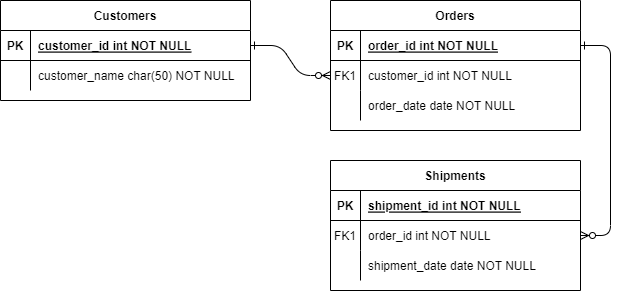
Before: Skema Relasi.drawio.png, a diagram exported from draw.io (Raygama/tes). Source tidied: cells renumbered, new cells last; positions are measured from the earlier drawing's top-left corner, leaving out a move shared by most shapes.
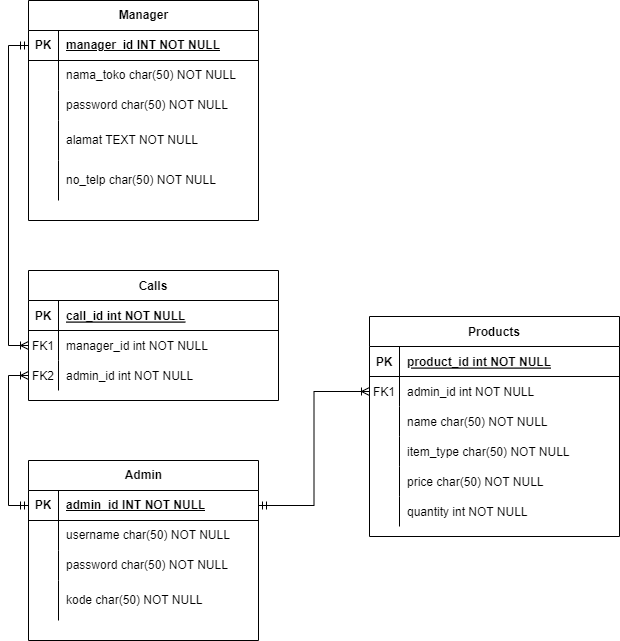
The same diagram one commit later.

Change to the diagram source:
```diff
@@ -2,14 +2,8 @@
   <root>
     <mxCell id="0" />
     <mxCell id="1" parent="0" />
-    <mxCell id="2" style="edgeStyle=entityRelationEdgeStyle;endArrow=ERzeroToMany;startArrow=ERone;endFill=1;startFill=0;" parent="1" edge="1" source="25" target="8">
-      <mxGeometry relative="1" as="geometry" />
-    </mxCell>
-    <mxCell id="3" style="edgeStyle=entityRelationEdgeStyle;endArrow=ERzeroToMany;startArrow=ERone;endFill=1;startFill=0;" parent="1" edge="1" source="5" target="18">
-      <mxGeometry relative="1" as="geometry" />
-    </mxCell>
-    <mxCell id="4" value="Orders" style="shape=table;startSize=30;rowLines=0;fontStyle=1;align=center;" parent="1" vertex="1">
-      <mxGeometry x="330" width="250" height="130" as="geometry" />
+    <mxCell id="4" value="Products" style="shape=table;startSize=30;rowLines=0;fontStyle=1;align=center;" parent="1" vertex="1">
+      <mxGeometry x="330" width="250" height="220" as="geometry" />
     </mxCell>
     <mxCell id="5" style="shape=partialRectangle;fillColor=none;points=[[0,0.5],[1,0.5]];portConstraint=eastwest;top=0;left=0;right=0;bottom=1;" parent="4" vertex="1">
       <mxGeometry y="30" width="250" height="30" as="geometry" />
@@ -17,7 +11,7 @@
     <mxCell id="6" value="PK" style="shape=partialRectangle;overflow=hidden;fillColor=none;top=0;left=0;bottom=0;right=0;fontStyle=1;" parent="5" vertex="1">
       <mxGeometry width="30" height="30" as="geometry" />
     </mxCell>
-    <mxCell id="7" value="order_id int NOT NULL " style="shape=partialRectangle;overflow=hidden;fillColor=none;top=0;left=0;bottom=0;right=0;align=left;spacingLeft=6;fontStyle=5;" parent="5" vertex="1">
+    <mxCell id="7" value="product_id int NOT NULL " style="shape=partialRectangle;overflow=hidden;fillColor=none;top=0;left=0;bottom=0;right=0;align=left;spacingLeft=6;fontStyle=5;" parent="5" vertex="1">
       <mxGeometry x="30" width="220" height="30" as="geometry" />
     </mxCell>
     <mxCell id="8" style="shape=partialRectangle;fillColor=none;points=[[0,0.5],[1,0.5]];portConstraint=eastwest;top=0;left=0;right=0;bottom=0;" parent="4" vertex="1">
@@ -26,7 +20,7 @@
     <mxCell id="9" value="FK1" style="shape=partialRectangle;overflow=hidden;fillColor=none;top=0;left=0;bottom=0;right=0;" parent="8" vertex="1">
       <mxGeometry width="30" height="30" as="geometry" />
     </mxCell>
-    <mxCell id="10" value="customer_id int NOT NULL" style="shape=partialRectangle;overflow=hidden;fillColor=none;top=0;left=0;bottom=0;right=0;align=left;spacingLeft=6;" parent="8" vertex="1">
+    <mxCell id="10" value="admin_id int NOT NULL" style="shape=partialRectangle;overflow=hidden;fillColor=none;top=0;left=0;bottom=0;right=0;align=left;spacingLeft=6;" parent="8" vertex="1">
       <mxGeometry x="30" width="220" height="30" as="geometry" />
     </mxCell>
     <mxCell id="11" style="shape=partialRectangle;fillColor=none;top=0;left=0;right=0;bottom=0;" parent="4" vertex="1">
@@ -35,59 +29,161 @@
     <mxCell id="12" style="shape=partialRectangle;overflow=hidden;fillColor=none;top=0;left=0;bottom=0;right=0;" parent="11" vertex="1">
       <mxGeometry width="30" height="30" as="geometry" />
     </mxCell>
-    <mxCell id="13" value="order_date date NOT NULL" style="shape=partialRectangle;overflow=hidden;fillColor=none;top=0;left=0;bottom=0;right=0;align=left;spacingLeft=6;" parent="11" vertex="1">
+    <mxCell id="13" value="name char(50) NOT NULL" style="shape=partialRectangle;overflow=hidden;fillColor=none;top=0;left=0;bottom=0;right=0;align=left;spacingLeft=6;" parent="11" vertex="1">
       <mxGeometry x="30" width="220" height="30" as="geometry" />
     </mxCell>
-    <mxCell id="14" value="Shipments" style="shape=table;startSize=30;rowLines=0;fontStyle=1;align=center;" parent="1" vertex="1">
-      <mxGeometry x="330" y="160" width="250" height="130" as="geometry" />
-    </mxCell>
-    <mxCell id="15" style="shape=partialRectangle;fillColor=none;top=0;left=0;right=0;bottom=1;" parent="14" vertex="1">
-      <mxGeometry y="30" width="250" height="30" as="geometry" />
-    </mxCell>
-    <mxCell id="16" value="PK" style="shape=partialRectangle;overflow=hidden;fillColor=none;top=0;left=0;bottom=0;right=0;fontStyle=1;" parent="15" vertex="1">
-      <mxGeometry width="30" height="30" as="geometry" />
-    </mxCell>
-    <mxCell id="17" value="shipment_id int NOT NULL " style="shape=partialRectangle;overflow=hidden;fillColor=none;top=0;left=0;bottom=0;right=0;align=left;spacingLeft=6;fontStyle=5;" parent="15" vertex="1">
-      <mxGeometry x="30" width="220" height="30" as="geometry" />
-    </mxCell>
-    <mxCell id="18" style="shape=partialRectangle;fillColor=none;points=[[0,0.5],[1,0.5]];portConstraint=eastwest;top=0;left=0;right=0;bottom=0;" parent="14" vertex="1">
-      <mxGeometry y="60" width="250" height="30" as="geometry" />
-    </mxCell>
+    <mxCell id="31" style="shape=partialRectangle;fillColor=none;top=0;left=0;right=0;bottom=0;" parent="4" vertex="1">
+      <mxGeometry y="120" width="250" height="30" as="geometry" />
+    </mxCell>
+    <mxCell id="32" style="shape=partialRectangle;overflow=hidden;fillColor=none;top=0;left=0;bottom=0;right=0;" parent="31" vertex="1">
+      <mxGeometry width="30" height="30" as="geometry" />
+    </mxCell>
+    <mxCell id="33" value="item_type char(50) NOT NULL" style="shape=partialRectangle;overflow=hidden;fillColor=none;top=0;left=0;bottom=0;right=0;align=left;spacingLeft=6;" parent="31" vertex="1">
+      <mxGeometry x="30" width="220" height="30" as="geometry" />
+    </mxCell>
+    <mxCell id="34" style="shape=partialRectangle;fillColor=none;top=0;left=0;right=0;bottom=0;" parent="4" vertex="1">
+      <mxGeometry y="150" width="250" height="30" as="geometry" />
+    </mxCell>
+    <mxCell id="35" style="shape=partialRectangle;overflow=hidden;fillColor=none;top=0;left=0;bottom=0;right=0;" parent="34" vertex="1">
+      <mxGeometry width="30" height="30" as="geometry" />
+    </mxCell>
+    <mxCell id="36" value="price char(50) NOT NULL" style="shape=partialRectangle;overflow=hidden;fillColor=none;top=0;left=0;bottom=0;right=0;align=left;spacingLeft=6;" parent="34" vertex="1">
+      <mxGeometry x="30" width="220" height="30" as="geometry" />
+    </mxCell>
+    <mxCell id="37" style="shape=partialRectangle;fillColor=none;top=0;left=0;right=0;bottom=0;" parent="4" vertex="1">
+      <mxGeometry y="180" width="250" height="30" as="geometry" />
+    </mxCell>
+    <mxCell id="38" style="shape=partialRectangle;overflow=hidden;fillColor=none;top=0;left=0;bottom=0;right=0;" parent="37" vertex="1">
+      <mxGeometry width="30" height="30" as="geometry" />
+    </mxCell>
+    <mxCell id="39" value="quantity int NOT NULL" style="shape=partialRectangle;overflow=hidden;fillColor=none;top=0;left=0;bottom=0;right=0;align=left;spacingLeft=6;" parent="37" vertex="1">
+      <mxGeometry x="30" width="220" height="30" as="geometry" />
+    </mxCell>
+    <mxCell id="40" value="Manager" style="shape=table;startSize=30;rowLines=0;fontStyle=1;align=center;html=1;" parent="1" vertex="1">
+      <mxGeometry x="-11" y="-316" width="230" height="220" as="geometry" />
+    </mxCell>
+    <mxCell id="41" style="shape=tableRow;horizontal=0;startSize=0;swimlaneHead=0;swimlaneBody=0;fillColor=none;points=[[0,0.5],[1,0.5]];portConstraint=eastwest;top=0;left=0;right=0;bottom=1;" parent="40" vertex="1">
+      <mxGeometry y="30" width="230" height="30" as="geometry" />
+    </mxCell>
+    <mxCell id="42" value="PK" style="shape=partialRectangle;fillColor=none;top=0;left=0;bottom=0;right=0;fontStyle=1;overflow=hidden;whiteSpace=wrap;html=1;" parent="41" vertex="1">
+      <mxGeometry width="30" height="30" as="geometry" />
+    </mxCell>
+    <mxCell id="43" value="manager_id INT NOT NULL" style="shape=partialRectangle;fillColor=none;top=0;left=0;bottom=0;right=0;align=left;spacingLeft=6;fontStyle=5;overflow=hidden;whiteSpace=wrap;html=1;" parent="41" vertex="1">
+      <mxGeometry x="30" width="200" height="30" as="geometry" />
+    </mxCell>
+    <mxCell id="44" style="shape=tableRow;horizontal=0;startSize=0;swimlaneHead=0;swimlaneBody=0;fillColor=none;top=0;left=0;right=0;bottom=0;" parent="40" vertex="1">
+      <mxGeometry y="60" width="230" height="30" as="geometry" />
+    </mxCell>
+    <mxCell id="45" style="shape=partialRectangle;fillColor=none;top=0;left=0;bottom=0;right=0;overflow=hidden;whiteSpace=wrap;html=1;" parent="44" vertex="1">
+      <mxGeometry width="30" height="30" as="geometry" />
+    </mxCell>
+    <mxCell id="46" value="nama_toko char(50) NOT NULL" style="shape=partialRectangle;fillColor=none;top=0;left=0;bottom=0;right=0;align=left;spacingLeft=6;overflow=hidden;whiteSpace=wrap;html=1;" parent="44" vertex="1">
+      <mxGeometry x="30" width="200" height="30" as="geometry" />
+    </mxCell>
+    <mxCell id="47" style="shape=tableRow;horizontal=0;startSize=0;swimlaneHead=0;swimlaneBody=0;fillColor=none;top=0;left=0;right=0;bottom=0;" parent="40" vertex="1">
+      <mxGeometry y="90" width="230" height="30" as="geometry" />
+    </mxCell>
+    <mxCell id="48" style="shape=partialRectangle;fillColor=none;top=0;left=0;bottom=0;right=0;overflow=hidden;whiteSpace=wrap;html=1;" parent="47" vertex="1">
+      <mxGeometry width="30" height="30" as="geometry" />
+    </mxCell>
+    <mxCell id="49" value="password char(50) NOT NULL" style="shape=partialRectangle;fillColor=none;top=0;left=0;bottom=0;right=0;align=left;spacingLeft=6;overflow=hidden;whiteSpace=wrap;html=1;" parent="47" vertex="1">
+      <mxGeometry x="30" width="200" height="30" as="geometry" />
+    </mxCell>
+    <mxCell id="50" style="shape=tableRow;horizontal=0;startSize=0;swimlaneHead=0;swimlaneBody=0;fillColor=none;top=0;left=0;right=0;bottom=0;" parent="40" vertex="1">
+      <mxGeometry y="120" width="230" height="40" as="geometry" />
+    </mxCell>
+    <mxCell id="51" style="shape=partialRectangle;fillColor=none;top=0;left=0;bottom=0;right=0;overflow=hidden;whiteSpace=wrap;html=1;" parent="50" vertex="1">
+      <mxGeometry width="30" height="40" as="geometry" />
+    </mxCell>
+    <mxCell id="52" value="alamat TEXT NOT NULL" style="shape=partialRectangle;fillColor=none;top=0;left=0;bottom=0;right=0;align=left;spacingLeft=6;overflow=hidden;whiteSpace=wrap;html=1;" parent="50" vertex="1">
+      <mxGeometry x="30" width="200" height="40" as="geometry" />
+    </mxCell>
+    <mxCell id="53" style="shape=tableRow;horizontal=0;startSize=0;swimlaneHead=0;swimlaneBody=0;fillColor=none;top=0;left=0;right=0;bottom=0;" parent="40" vertex="1">
+      <mxGeometry y="160" width="230" height="40" as="geometry" />
+    </mxCell>
+    <mxCell id="54" style="shape=partialRectangle;fillColor=none;top=0;left=0;bottom=0;right=0;overflow=hidden;whiteSpace=wrap;html=1;" parent="53" vertex="1">
+      <mxGeometry width="30" height="40" as="geometry" />
+    </mxCell>
+    <mxCell id="55" value="no_telp char(50) NOT NULL" style="shape=partialRectangle;fillColor=none;top=0;left=0;bottom=0;right=0;align=left;spacingLeft=6;overflow=hidden;whiteSpace=wrap;html=1;" parent="53" vertex="1">
+      <mxGeometry x="30" width="200" height="40" as="geometry" />
+    </mxCell>
+    <mxCell id="56" value="Calls" style="shape=table;startSize=30;rowLines=0;fontStyle=1;align=center;" parent="1" vertex="1">
+      <mxGeometry x="-11" y="-46" width="250" height="130" as="geometry" />
+    </mxCell>
+    <mxCell id="57" style="shape=partialRectangle;fillColor=none;top=0;left=0;right=0;bottom=1;" parent="56" vertex="1">
+      <mxGeometry y="30" width="250" height="30" as="geometry" />
+    </mxCell>
+    <mxCell id="58" value="PK" style="shape=partialRectangle;overflow=hidden;fillColor=none;top=0;left=0;bottom=0;right=0;fontStyle=1;" parent="57" vertex="1">
+      <mxGeometry width="30" height="30" as="geometry" />
+    </mxCell>
+    <mxCell id="59" value="call_id int NOT NULL " style="shape=partialRectangle;overflow=hidden;fillColor=none;top=0;left=0;bottom=0;right=0;align=left;spacingLeft=6;fontStyle=5;" parent="57" vertex="1">
+      <mxGeometry x="30" width="220" height="30" as="geometry" />
+    </mxCell>
+    <mxCell id="60" style="shape=partialRectangle;fillColor=none;points=[[0,0.5],[1,0.5]];portConstraint=eastwest;top=0;left=0;right=0;bottom=0;" parent="56" vertex="1">
+      <mxGeometry y="60" width="250" height="30" as="geometry" />
+    </mxCell>
-    <mxCell id="19" value="FK1" style="shape=partialRectangle;overflow=hidden;fillColor=none;top=0;left=0;bottom=0;right=0;" parent="18" vertex="1">
+    <mxCell id="19" value="FK1" style="shape=partialRectangle;overflow=hidden;fillColor=none;top=0;left=0;bottom=0;right=0;" parent="60" vertex="1">
       <mxGeometry width="30" height="30" as="geometry" />
     </mxCell>
-    <mxCell id="20" value="order_id int NOT NULL" style="shape=partialRectangle;overflow=hidden;fillColor=none;top=0;left=0;bottom=0;right=0;align=left;spacingLeft=6;" parent="18" vertex="1">
-      <mxGeometry x="30" width="220" height="30" as="geometry" />
-    </mxCell>
+    <mxCell id="61" value="manager_id int NOT NULL" style="shape=partialRectangle;overflow=hidden;fillColor=none;top=0;left=0;bottom=0;right=0;align=left;spacingLeft=6;" parent="60" vertex="1">
+      <mxGeometry x="30" width="220" height="30" as="geometry" />
+    </mxCell>
-    <mxCell id="21" style="shape=partialRectangle;fillColor=none;points=[[0,0.5],[1,0.5]];portConstraint=eastwest;top=0;left=0;right=0;bottom=0;" parent="14" vertex="1">
+    <mxCell id="21" style="shape=partialRectangle;fillColor=none;points=[[0,0.5],[1,0.5]];portConstraint=eastwest;top=0;left=0;right=0;bottom=0;" parent="56" vertex="1">
       <mxGeometry y="90" width="250" height="30" as="geometry" />
     </mxCell>
-    <mxCell id="22" style="shape=partialRectangle;overflow=hidden;fillColor=none;top=0;left=0;bottom=0;right=0;" parent="21" vertex="1">
-      <mxGeometry width="30" height="30" as="geometry" />
-    </mxCell>
-    <mxCell id="23" value="shipment_date date NOT NULL" style="shape=partialRectangle;overflow=hidden;fillColor=none;top=0;left=0;bottom=0;right=0;align=left;spacingLeft=6;" parent="21" vertex="1">
-      <mxGeometry x="30" width="220" height="30" as="geometry" />
-    </mxCell>
-    <mxCell id="24" value="Customers" style="shape=table;startSize=30;rowLines=0;fontStyle=1;align=center;" parent="1" vertex="1">
-      <mxGeometry width="250" height="100" as="geometry" />
-    </mxCell>
-    <mxCell id="25" style="shape=partialRectangle;fillColor=none;points=[[0,0.5],[1,0.5]];portConstraint=eastwest;top=0;left=0;right=0;bottom=1;" parent="24" vertex="1">
-      <mxGeometry y="30" width="250" height="30" as="geometry" />
-    </mxCell>
-    <mxCell id="26" value="PK" style="shape=partialRectangle;overflow=hidden;fillColor=none;top=0;left=0;bottom=0;right=0;fontStyle=1;" parent="25" vertex="1">
-      <mxGeometry width="30" height="30" as="geometry" />
-    </mxCell>
-    <mxCell id="27" value="customer_id int NOT NULL " style="shape=partialRectangle;overflow=hidden;fillColor=none;top=0;left=0;bottom=0;right=0;align=left;spacingLeft=6;fontStyle=5;" parent="25" vertex="1">
-      <mxGeometry x="30" width="220" height="30" as="geometry" />
-    </mxCell>
-    <mxCell id="28" style="shape=partialRectangle;fillColor=none;top=0;left=0;right=0;bottom=0;" parent="24" vertex="1">
-      <mxGeometry y="60" width="250" height="30" as="geometry" />
-    </mxCell>
-    <mxCell id="29" style="shape=partialRectangle;overflow=hidden;fillColor=none;top=0;left=0;bottom=0;right=0;" parent="28" vertex="1">
-      <mxGeometry width="30" height="30" as="geometry" />
-    </mxCell>
-    <mxCell id="30" value="customer_name char(50) NOT NULL" style="shape=partialRectangle;overflow=hidden;fillColor=none;top=0;left=0;bottom=0;right=0;align=left;spacingLeft=6;" parent="28" vertex="1">
-      <mxGeometry x="30" width="220" height="30" as="geometry" />
-    </mxCell>
+    <mxCell id="62" value="FK2" style="shape=partialRectangle;overflow=hidden;fillColor=none;top=0;left=0;bottom=0;right=0;" parent="21" vertex="1">
+      <mxGeometry width="30" height="30" as="geometry" />
+    </mxCell>
+    <mxCell id="63" value="admin_id int NOT NULL" style="shape=partialRectangle;overflow=hidden;fillColor=none;top=0;left=0;bottom=0;right=0;align=left;spacingLeft=6;" parent="21" vertex="1">
+      <mxGeometry x="30" width="220" height="30" as="geometry" />
+    </mxCell>
+    <mxCell id="64" value="Admin" style="shape=table;startSize=30;rowLines=0;fontStyle=1;align=center;html=1;" parent="1" vertex="1">
+      <mxGeometry x="-11" y="144" width="230" height="180" as="geometry" />
+    </mxCell>
+    <mxCell id="65" style="shape=tableRow;horizontal=0;startSize=0;swimlaneHead=0;swimlaneBody=0;fillColor=none;points=[[0,0.5],[1,0.5]];portConstraint=eastwest;top=0;left=0;right=0;bottom=1;" parent="64" vertex="1">
+      <mxGeometry y="30" width="230" height="30" as="geometry" />
+    </mxCell>
+    <mxCell id="66" value="PK" style="shape=partialRectangle;fillColor=none;top=0;left=0;bottom=0;right=0;fontStyle=1;overflow=hidden;whiteSpace=wrap;html=1;" parent="65" vertex="1">
+      <mxGeometry width="30" height="30" as="geometry" />
+    </mxCell>
+    <mxCell id="67" value="admin_id INT NOT NULL" style="shape=partialRectangle;fillColor=none;top=0;left=0;bottom=0;right=0;align=left;spacingLeft=6;fontStyle=5;overflow=hidden;whiteSpace=wrap;html=1;" parent="65" vertex="1">
+      <mxGeometry x="30" width="200" height="30" as="geometry" />
+    </mxCell>
+    <mxCell id="68" style="shape=tableRow;horizontal=0;startSize=0;swimlaneHead=0;swimlaneBody=0;fillColor=none;top=0;left=0;right=0;bottom=0;" parent="64" vertex="1">
+      <mxGeometry y="60" width="230" height="30" as="geometry" />
+    </mxCell>
+    <mxCell id="69" style="shape=partialRectangle;fillColor=none;top=0;left=0;bottom=0;right=0;overflow=hidden;whiteSpace=wrap;html=1;" parent="68" vertex="1">
+      <mxGeometry width="30" height="30" as="geometry" />
+    </mxCell>
+    <mxCell id="70" value="username char(50) NOT NULL" style="shape=partialRectangle;fillColor=none;top=0;left=0;bottom=0;right=0;align=left;spacingLeft=6;overflow=hidden;whiteSpace=wrap;html=1;" parent="68" vertex="1">
+      <mxGeometry x="30" width="200" height="30" as="geometry" />
+    </mxCell>
+    <mxCell id="71" style="shape=tableRow;horizontal=0;startSize=0;swimlaneHead=0;swimlaneBody=0;fillColor=none;top=0;left=0;right=0;bottom=0;" parent="64" vertex="1">
+      <mxGeometry y="90" width="230" height="30" as="geometry" />
+    </mxCell>
+    <mxCell id="72" style="shape=partialRectangle;fillColor=none;top=0;left=0;bottom=0;right=0;overflow=hidden;whiteSpace=wrap;html=1;" parent="71" vertex="1">
+      <mxGeometry width="30" height="30" as="geometry" />
+    </mxCell>
+    <mxCell id="73" value="password char(50) NOT NULL" style="shape=partialRectangle;fillColor=none;top=0;left=0;bottom=0;right=0;align=left;spacingLeft=6;overflow=hidden;whiteSpace=wrap;html=1;" parent="71" vertex="1">
+      <mxGeometry x="30" width="200" height="30" as="geometry" />
+    </mxCell>
+    <mxCell id="74" style="shape=tableRow;horizontal=0;startSize=0;swimlaneHead=0;swimlaneBody=0;fillColor=none;top=0;left=0;right=0;bottom=0;" parent="64" vertex="1">
+      <mxGeometry y="120" width="230" height="40" as="geometry" />
+    </mxCell>
+    <mxCell id="75" style="shape=partialRectangle;fillColor=none;top=0;left=0;bottom=0;right=0;overflow=hidden;whiteSpace=wrap;html=1;" parent="74" vertex="1">
+      <mxGeometry width="30" height="40" as="geometry" />
+    </mxCell>
+    <mxCell id="76" value="kode char(50) NOT NULL" style="shape=partialRectangle;fillColor=none;top=0;left=0;bottom=0;right=0;align=left;spacingLeft=6;overflow=hidden;whiteSpace=wrap;html=1;" parent="74" vertex="1">
+      <mxGeometry x="30" width="200" height="40" as="geometry" />
+    </mxCell>
+    <mxCell id="77" style="edgeStyle=orthogonalEdgeStyle;rounded=0;jettySize=auto;html=1;exitX=0;exitY=0.5;exitDx=0;exitDy=0;startArrow=ERmandOne;startFill=0;entryX=0;entryY=0.5;entryDx=0;entryDy=0;endArrow=ERoneToMany;endFill=0;" parent="1" edge="1" source="41" target="60">
+      <mxGeometry relative="1" as="geometry" />
+    </mxCell>
+    <mxCell id="78" style="edgeStyle=orthogonalEdgeStyle;rounded=0;jettySize=auto;html=1;exitX=0;exitY=0.5;exitDx=0;exitDy=0;entryX=0;entryY=0.5;entryDx=0;entryDy=0;startArrow=ERoneToMany;startFill=0;endArrow=ERmandOne;endFill=0;" parent="1" edge="1" source="21" target="65">
+      <mxGeometry relative="1" as="geometry" />
+    </mxCell>
+    <mxCell id="79" style="edgeStyle=orthogonalEdgeStyle;rounded=0;jettySize=auto;html=1;exitX=1;exitY=0.5;exitDx=0;exitDy=0;entryX=0;entryY=0.5;entryDx=0;entryDy=0;startArrow=ERmandOne;startFill=0;endArrow=ERoneToMany;endFill=0;" parent="1" edge="1" source="65" target="8">
+      <mxGeometry relative="1" as="geometry" />
+    </mxCell>
   </root>
 </mxGraphModel>
```
